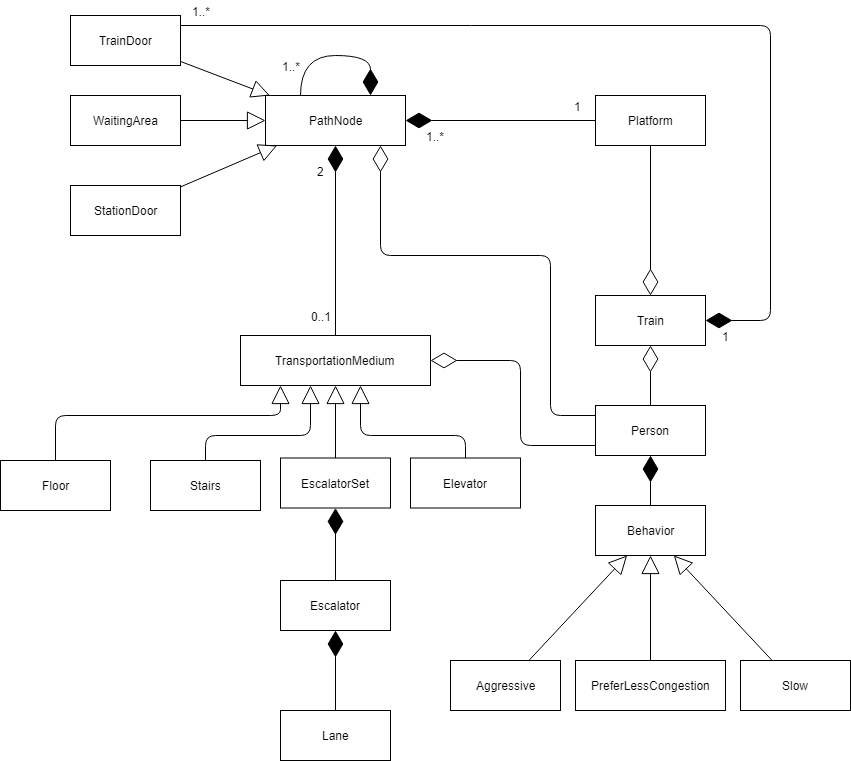
The draw.io diagram images/MySubwaySystemStructure.png in IDS6145-Fall2019/assignment1-deamonpog, before a commit. Source tidied: cells renumbered, new cells last; positions are measured from the earlier drawing's top-left corner, leaving out a move shared by most shapes.
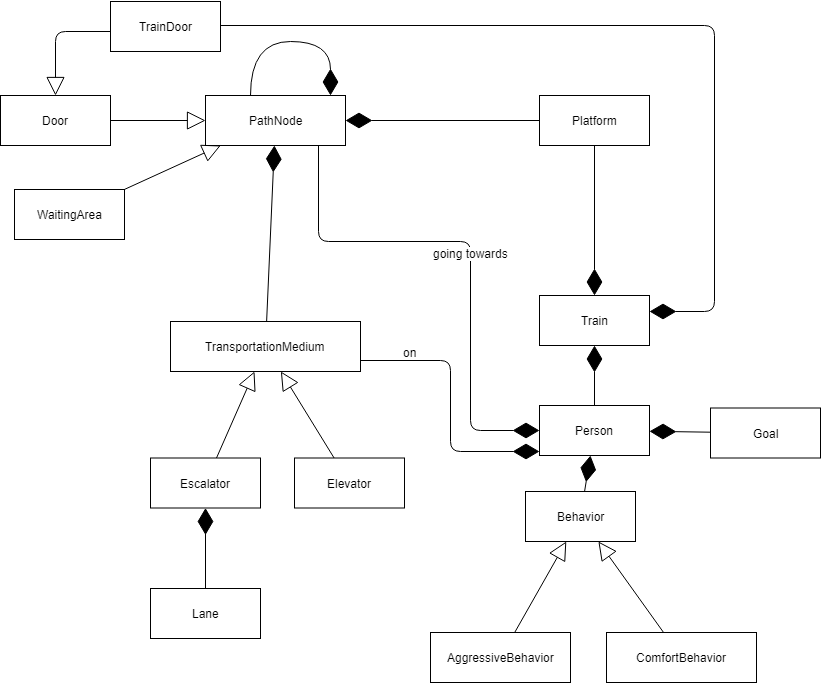
After the change.

Commit message:
updated images for class diagram and structure diagram

Diff of the diagram source:
```diff
@@ -3,16 +3,16 @@
     <mxCell id="0" />
     <mxCell id="1" parent="0" />
     <mxCell id="2" value="Escalator" style="html=1;" parent="1" vertex="1">
-      <mxGeometry x="280" y="565" width="110" height="50" as="geometry" />
+      <mxGeometry x="220" y="456.5" width="110" height="50" as="geometry" />
     </mxCell>
     <mxCell id="3" value="Person" style="html=1;" parent="1" vertex="1">
       <mxGeometry x="595" y="390" width="110" height="50" as="geometry" />
     </mxCell>
     <mxCell id="4" value="Lane" style="html=1;" parent="1" vertex="1">
-      <mxGeometry x="280" y="695" width="110" height="50" as="geometry" />
+      <mxGeometry x="220" y="587" width="110" height="50" as="geometry" />
     </mxCell>
-    <mxCell id="5" value="StationDoor" style="html=1;" parent="1" vertex="1">
-      <mxGeometry x="70" y="170" width="110" height="50" as="geometry" />
+    <mxCell id="5" value="Door" style="html=1;" parent="1" vertex="1">
+      <mxGeometry x="70" y="94" width="110" height="50" as="geometry" />
     </mxCell>
     <mxCell id="6" value="Train" style="html=1;" parent="1" vertex="1">
       <mxGeometry x="595" y="280" width="110" height="50" as="geometry" />
@@ -23,20 +23,8 @@
     <mxCell id="8" style="endArrow=diamondThin;endFill=1;endSize=24;html=1;" parent="1" edge="1" source="4" target="2">
       <mxGeometry relative="1" as="geometry" />
     </mxCell>
-    <mxCell id="9" style="endArrow=diamondThin;endFill=0;endSize=24;html=1;" parent="1" edge="1" source="7" target="6">
-      <mxGeometry relative="1" as="geometry" />
-    </mxCell>
-    <mxCell id="10" style="endArrow=diamondThin;endFill=0;endSize=24;html=1;" parent="1" edge="1" source="3" target="6">
-      <mxGeometry relative="1" as="geometry" />
-    </mxCell>
-    <mxCell id="11" value="EscalatorSet" style="html=1;" parent="1" vertex="1">
-      <mxGeometry x="280" y="442.5" width="110" height="50" as="geometry" />
-    </mxCell>
-    <mxCell id="12" style="endArrow=diamondThin;endFill=1;endSize=24;html=1;" parent="1" edge="1" source="2" target="11">
-      <mxGeometry relative="1" as="geometry" />
-    </mxCell>
     <mxCell id="13" value="WaitingArea" style="html=1;" parent="1" vertex="1">
-      <mxGeometry x="70" y="80" width="110" height="50" as="geometry" />
+      <mxGeometry x="84" y="188" width="110" height="50" as="geometry" />
     </mxCell>
     <mxCell id="14" value="Behavior" style="html=1;" parent="1" vertex="1">
       <mxGeometry x="595" y="490" width="110" height="50" as="geometry" />
@@ -44,150 +32,107 @@
     <mxCell id="15" style="endArrow=diamondThin;endFill=1;endSize=24;html=1;" parent="1" edge="1" source="14" target="3">
       <mxGeometry relative="1" as="geometry" />
     </mxCell>
-    <mxCell id="16" value="Aggressive" style="html=1;" parent="1" vertex="1">
-      <mxGeometry x="450" y="645" width="110" height="50" as="geometry" />
+    <mxCell id="16" value="AggressiveBehavior" style="html=1;" parent="1" vertex="1">
+      <mxGeometry x="500" y="631" width="140" height="50" as="geometry" />
     </mxCell>
     <mxCell id="17" style="endArrow=block;endSize=16;endFill=0;html=1;" parent="1" edge="1" source="16" target="14">
       <mxGeometry relative="1" as="geometry" />
     </mxCell>
-    <mxCell id="18" style="endArrow=block;endSize=16;endFill=0;html=1;" parent="1" edge="1" source="19" target="14">
-      <mxGeometry relative="1" as="geometry" />
-    </mxCell>
-    <mxCell id="19" value="Slow" style="html=1;" parent="1" vertex="1">
-      <mxGeometry x="740" y="645" width="110" height="50" as="geometry" />
-    </mxCell>
     <mxCell id="20" style="endArrow=diamondThin;endFill=1;endSize=24;html=1;" parent="1" edge="1" source="24" target="29">
       <mxGeometry relative="1" as="geometry" />
     </mxCell>
-    <mxCell id="21" value="2" style="text;html=1;align=center;verticalAlign=middle;labelBackgroundColor=#ffffff;" parent="20" vertex="1">
-      <mxGeometry x="0.88" y="-4" relative="1" as="geometry">
-        <mxPoint x="-19" y="14" as="offset" />
-      </mxGeometry>
-    </mxCell>
-    <mxCell id="22" value="0..1" style="text;html=1;align=center;verticalAlign=middle;labelBackgroundColor=#ffffff;" parent="20" vertex="1">
-      <mxGeometry x="-0.78" y="-3" relative="1" as="geometry">
-        <mxPoint x="-18" y="1" as="offset" />
-      </mxGeometry>
-    </mxCell>
     <mxCell id="23" value="Elevator" style="html=1;" parent="1" vertex="1">
-      <mxGeometry x="410" y="442.5" width="110" height="50" as="geometry" />
+      <mxGeometry x="364" y="456.5" width="110" height="50" as="geometry" />
     </mxCell>
     <mxCell id="24" value="TransportationMedium" style="html=1;" parent="1" vertex="1">
       <mxGeometry x="240" y="320" width="190" height="50" as="geometry" />
     </mxCell>
-    <mxCell id="25" style="endArrow=block;endSize=16;endFill=0;html=1;" parent="1" edge="1" source="11" target="24">
+    <mxCell id="25" style="endArrow=block;endSize=16;endFill=0;html=1;" parent="1" edge="1" source="2" target="24">
       <mxGeometry relative="1" as="geometry" />
     </mxCell>
-    <mxCell id="26" style="endArrow=block;endSize=16;endFill=0;html=1;edgeStyle=orthogonalEdgeStyle;" parent="1" edge="1" source="23" target="24">
-      <mxGeometry relative="1" as="geometry">
-        <Array as="points">
-          <mxPoint x="465" y="420" />
-          <mxPoint x="360" y="420" />
-        </Array>
-      </mxGeometry>
+    <mxCell id="26" style="endArrow=block;endSize=16;endFill=0;html=1;" parent="1" edge="1" source="23" target="24">
+      <mxGeometry relative="1" as="geometry" />
     </mxCell>
-    <mxCell id="27" value="Stairs" style="html=1;" parent="1" vertex="1">
-      <mxGeometry x="150" y="445" width="110" height="50" as="geometry" />
-    </mxCell>
-    <mxCell id="28" style="endArrow=block;endSize=16;endFill=0;html=1;edgeStyle=orthogonalEdgeStyle;" parent="1" edge="1" source="27" target="24">
-      <mxGeometry relative="1" as="geometry">
-        <Array as="points">
-          <mxPoint x="205" y="420" />
-          <mxPoint x="310" y="420" />
-        </Array>
-      </mxGeometry>
-    </mxCell>
     <mxCell id="29" value="PathNode" style="html=1;" parent="1" vertex="1">
-      <mxGeometry x="265" y="80" width="140" height="50" as="geometry" />
+      <mxGeometry x="275" y="94" width="140" height="50" as="geometry" />
     </mxCell>
-    <mxCell id="30" value="PreferLessCongestion" style="html=1;" parent="1" vertex="1">
-      <mxGeometry x="575" y="645" width="150" height="50" as="geometry" />
+    <mxCell id="30" value="ComfortBehavior" style="html=1;" parent="1" vertex="1">
+      <mxGeometry x="676" y="631" width="150" height="50" as="geometry" />
     </mxCell>
     <mxCell id="31" style="endArrow=block;endSize=16;endFill=0;html=1;" parent="1" edge="1" source="30" target="14">
       <mxGeometry relative="1" as="geometry" />
     </mxCell>
-    <mxCell id="32" value="Floor" style="html=1;" parent="1" vertex="1">
-      <mxGeometry y="445" width="110" height="50" as="geometry" />
-    </mxCell>
-    <mxCell id="33" style="endArrow=block;endSize=16;endFill=0;html=1;edgeStyle=orthogonalEdgeStyle;" parent="1" edge="1" source="32" target="24">
-      <mxGeometry relative="1" as="geometry">
-        <Array as="points">
-          <mxPoint x="55" y="400" />
-          <mxPoint x="280" y="400" />
-        </Array>
-      </mxGeometry>
-    </mxCell>
-    <mxCell id="34" style="endArrow=block;endSize=16;endFill=0;html=1;" parent="1" edge="1" source="13" target="29">
-      <mxGeometry relative="1" as="geometry" />
-    </mxCell>
     <mxCell id="35" style="endArrow=block;endSize=16;endFill=0;html=1;" parent="1" edge="1" source="5" target="29">
       <mxGeometry relative="1" as="geometry" />
     </mxCell>
-    <mxCell id="36" style="endArrow=diamondThin;endFill=0;endSize=24;html=1;edgeStyle=orthogonalEdgeStyle;" parent="1" edge="1" source="3" target="24">
-      <mxGeometry relative="1" as="geometry">
-        <Array as="points">
-          <mxPoint x="520" y="430" />
-          <mxPoint x="520" y="345" />
-        </Array>
-      </mxGeometry>
-    </mxCell>
     <mxCell id="37" style="endArrow=diamondThin;endFill=1;endSize=24;html=1;" parent="1" edge="1" source="7" target="29">
       <mxGeometry relative="1" as="geometry" />
     </mxCell>
-    <mxCell id="38" value="1..*" style="text;html=1;align=center;verticalAlign=middle;labelBackgroundColor=#ffffff;" parent="37" vertex="1">
-      <mxGeometry x="0.88" y="-4" relative="1" as="geometry">
-        <mxPoint x="18" y="19" as="offset" />
-      </mxGeometry>
-    </mxCell>
-    <mxCell id="39" value="1" style="text;html=1;align=center;verticalAlign=middle;labelBackgroundColor=#ffffff;" parent="37" vertex="1">
-      <mxGeometry x="-0.78" y="-3" relative="1" as="geometry">
-        <mxPoint x="3" y="-12" as="offset" />
-      </mxGeometry>
-    </mxCell>
-    <mxCell id="40" style="endArrow=diamondThin;endFill=0;endSize=24;html=1;edgeStyle=orthogonalEdgeStyle;" parent="1" edge="1" source="3" target="29">
-      <mxGeometry relative="1" as="geometry">
-        <Array as="points">
-          <mxPoint x="550" y="400" />
-          <mxPoint x="550" y="240" />
-          <mxPoint x="380" y="240" />
-        </Array>
-      </mxGeometry>
-    </mxCell>
     <mxCell id="41" value="TrainDoor" style="html=1;" parent="1" vertex="1">
-      <mxGeometry x="70" width="110" height="50" as="geometry" />
+      <mxGeometry x="180" width="110" height="50" as="geometry" />
     </mxCell>
-    <mxCell id="42" style="endArrow=block;endSize=16;endFill=0;html=1;" parent="1" edge="1" source="41" target="29">
-      <mxGeometry relative="1" as="geometry" />
+    <mxCell id="42" style="endArrow=block;endSize=16;endFill=0;html=1;edgeStyle=orthogonalEdgeStyle;" parent="1" edge="1" source="41" target="5">
+      <mxGeometry relative="1" as="geometry">
+        <Array as="points">
+          <mxPoint x="125" y="30" />
+        </Array>
+      </mxGeometry>
     </mxCell>
     <mxCell id="43" style="endArrow=diamondThin;endFill=1;endSize=24;html=1;edgeStyle=orthogonalEdgeStyle;" parent="1" edge="1" source="41" target="6">
       <mxGeometry relative="1" as="geometry">
         <Array as="points">
-          <mxPoint x="770" y="10" />
-          <mxPoint x="770" y="305" />
+          <mxPoint x="784" y="24" />
+          <mxPoint x="784" y="310" />
         </Array>
       </mxGeometry>
     </mxCell>
-    <mxCell id="44" value="1" style="text;html=1;align=center;verticalAlign=middle;labelBackgroundColor=#ffffff;" parent="43" vertex="1">
-      <mxGeometry x="0.96" y="3" relative="1" as="geometry">
-        <mxPoint x="2" y="12" as="offset" />
-      </mxGeometry>
-    </mxCell>
-    <mxCell id="45" value="1..*" style="text;html=1;align=center;verticalAlign=middle;labelBackgroundColor=#ffffff;" parent="43" vertex="1">
-      <mxGeometry x="-0.97" y="-2" relative="1" as="geometry">
-        <mxPoint x="4" y="-17" as="offset" />
-      </mxGeometry>
-    </mxCell>
+    <mxCell id="9" style="endArrow=diamondThin;endFill=1;endSize=24;html=1;" parent="1" edge="1" source="7" target="6">
+      <mxGeometry relative="1" as="geometry" />
+    </mxCell>
+    <mxCell id="48" style="endArrow=diamondThin;endFill=1;endSize=24;html=1;edgeStyle=orthogonalEdgeStyle;" parent="1" edge="1" source="29" target="3">
+      <mxGeometry relative="1" as="geometry">
+        <Array as="points">
+          <mxPoint x="388" y="240" />
+          <mxPoint x="540" y="240" />
+          <mxPoint x="540" y="429" />
+        </Array>
+      </mxGeometry>
+    </mxCell>
+    <mxCell id="49" value="going towards" style="text;html=1;align=center;verticalAlign=middle;labelBackgroundColor=#ffffff;" parent="48" vertex="1">
+      <mxGeometry x="0.03" relative="1" as="geometry" />
+    </mxCell>
+    <mxCell id="50" style="endArrow=diamondThin;endFill=1;endSize=24;html=1;edgeStyle=orthogonalEdgeStyle;" parent="1" edge="1" source="24" target="3">
+      <mxGeometry relative="1" as="geometry">
+        <Array as="points">
+          <mxPoint x="520" y="359" />
+          <mxPoint x="520" y="450" />
+        </Array>
+      </mxGeometry>
+    </mxCell>
+    <mxCell id="51" value="on" style="text;html=1;align=center;verticalAlign=middle;labelBackgroundColor=#ffffff;" parent="50" vertex="1">
+      <mxGeometry x="-0.57" y="3" relative="1" as="geometry">
+        <mxPoint x="-9" y="-6" as="offset" />
+      </mxGeometry>
+    </mxCell>
+    <mxCell id="34" style="endArrow=block;endSize=16;endFill=0;html=1;" parent="1" edge="1" source="13" target="29">
+      <mxGeometry relative="1" as="geometry" />
+    </mxCell>
+    <mxCell id="10" style="endArrow=diamondThin;endFill=1;endSize=24;html=1;" parent="1" edge="1" source="3" target="6">
+      <mxGeometry relative="1" as="geometry" />
+    </mxCell>
+    <mxCell id="52" value="Goal" style="html=1;" parent="1" vertex="1">
+      <mxGeometry x="780" y="406.5" width="110" height="50" as="geometry" />
+    </mxCell>
+    <mxCell id="53" style="endArrow=diamondThin;endFill=1;endSize=24;html=1;" parent="1" edge="1" source="52" target="3">
+      <mxGeometry relative="1" as="geometry" />
+    </mxCell>
     <mxCell id="46" style="endArrow=diamondThin;endFill=1;endSize=24;html=1;edgeStyle=orthogonalEdgeStyle;curved=1;" parent="1" edge="1" source="29" target="29">
       <mxGeometry relative="1" as="geometry">
         <Array as="points">
-          <mxPoint x="370" y="40" />
+          <mxPoint x="320" y="40" />
+          <mxPoint x="400" y="40" />
         </Array>
       </mxGeometry>
     </mxCell>
-    <mxCell id="47" value="1..*" style="text;html=1;align=center;verticalAlign=middle;labelBackgroundColor=#ffffff;" parent="46" vertex="1">
-      <mxGeometry x="0.88" y="-4" relative="1" as="geometry">
-        <mxPoint x="-76" y="-21" as="offset" />
-      </mxGeometry>
-    </mxCell>
   </root>
 </mxGraphModel>
```
